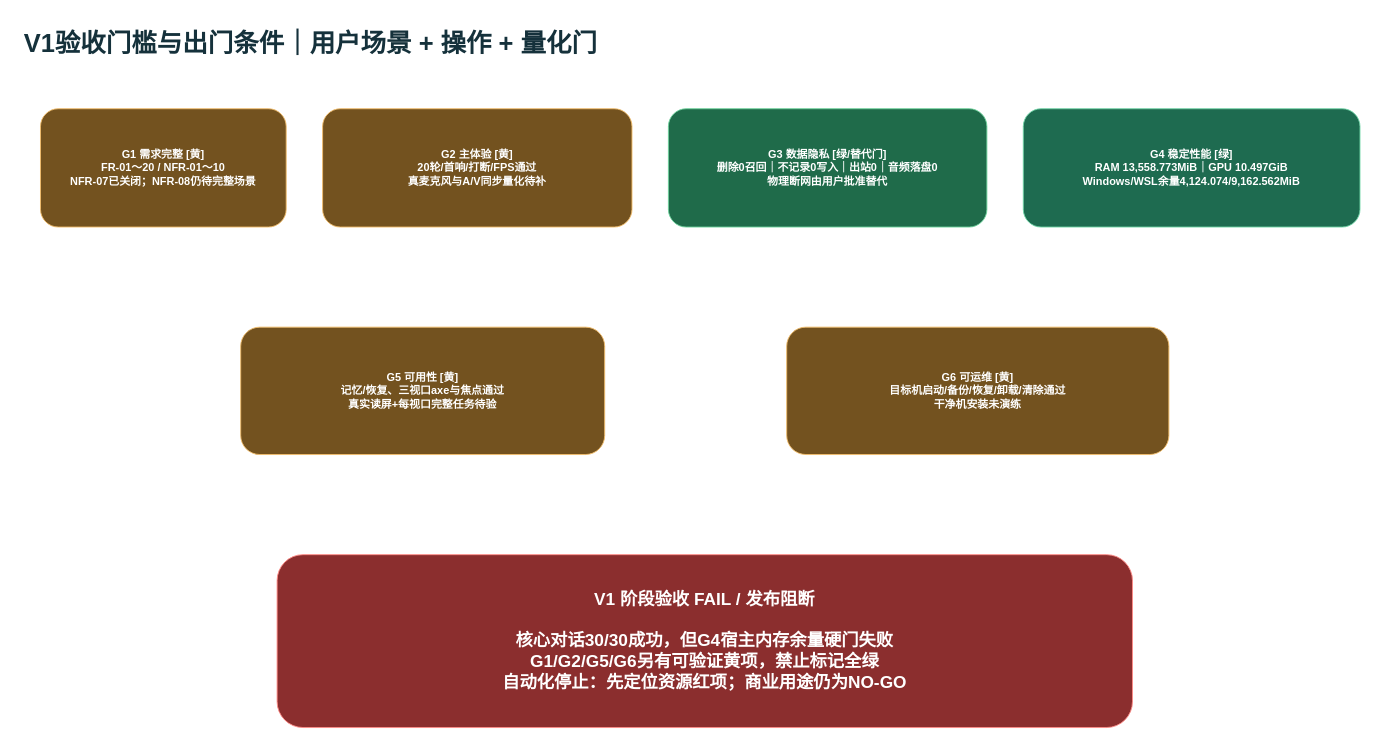
Above: page "08-V1验收门槛与出门" (8 of 8) of docs/cyberWife-b3-b5-delivery-gap.drawio in ljx418/cyberWife (draw.io), before the change. Source tidied: cells renumbered, new cells numbered last; positions are measured from the earlier drawing's top-left corner, leaving out a move shared by most shapes. Both pictures are drawn from the tidied source at 91%, with x=0, y=0 at pixel (22, 22).
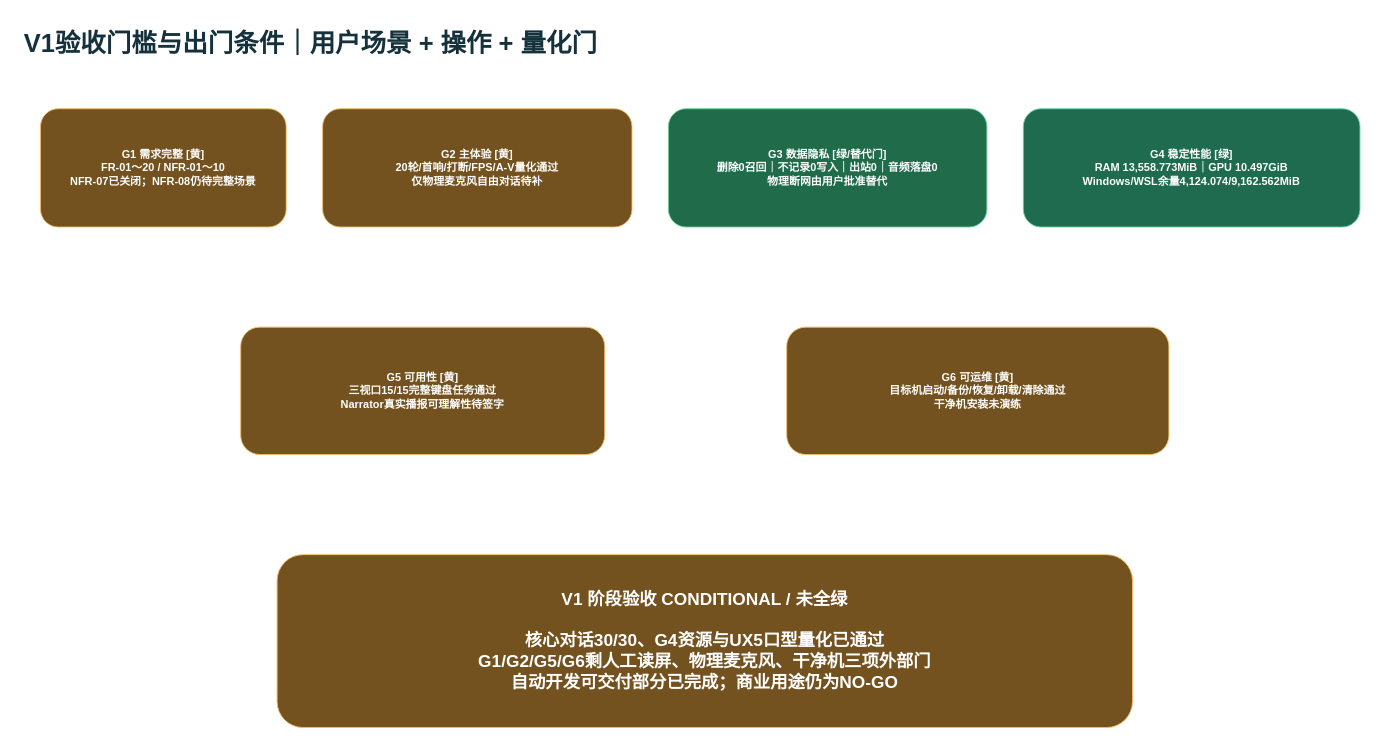
Above is the later version.

Change to the diagram source:
```diff
@@
 <mxGraphModel>
   <root>
     <mxCell id="0" />
     <mxCell id="1" parent="0" />
     <mxCell id="2" value="V1验收门槛与出门条件｜用户场景 + 操作 + 量化门" style="text;html=1;fontSize=28;fontStyle=1;fontColor=#15313B;" parent="1" vertex="1">
       <mxGeometry width="1300" height="50" as="geometry" />
     </mxCell>
     <mxCell id="3" value="G1 需求完整 [黄]&#10;FR-01～20 / NFR-01～10&#10;NFR-07已关闭；NFR-08仍待完整场景" style="rounded=1;html=1;whiteSpace=wrap;fillColor=#73521F;strokeColor=#F2BD6B;fontColor=#FFFFFF;fontStyle=1;" parent="1" vertex="1">
       <mxGeometry x="20" y="95" width="270" height="130" as="geometry" />
     </mxCell>
-    <mxCell id="4" value="G2 主体验 [黄]&#10;20轮/首响/打断/FPS通过&#10;真麦克风与A/V同步量化待补" style="rounded=1;html=1;whiteSpace=wrap;fillColor=#73521F;strokeColor=#F2BD6B;fontColor=#FFFFFF;fontStyle=1;" parent="1" vertex="1">
+    <mxCell id="4" value="G2 主体验 [黄]&#10;20轮/首响/打断/FPS/A-V量化通过&#10;仅物理麦克风自由对话待补" style="rounded=1;html=1;whiteSpace=wrap;fillColor=#73521F;strokeColor=#F2BD6B;fontColor=#FFFFFF;fontStyle=1;" parent="1" vertex="1">
       <mxGeometry x="330" y="95" width="340" height="130" as="geometry" />
     </mxCell>
     <mxCell id="5" value="G3 数据隐私 [绿/替代门]&#10;删除0召回｜不记录0写入｜出站0｜音频落盘0&#10;物理断网由用户批准替代" style="rounded=1;html=1;whiteSpace=wrap;fillColor=#1F6B4A;strokeColor=#6ED39C;fontColor=#FFFFFF;fontStyle=1;" parent="1" vertex="1">
       <mxGeometry x="710" y="95" width="350" height="130" as="geometry" />
     </mxCell>
     <mxCell id="6" value="G4 稳定性能 [绿]&#10;RAM 13,558.773MiB｜GPU 10.497GiB&#10;Windows/WSL余量4,124.074/9,162.562MiB" style="rounded=1;html=1;whiteSpace=wrap;fillColor=#1E6B50;strokeColor=#70D6A7;fontColor=#FFFFFF;fontStyle=1;" parent="1" vertex="1">
       <mxGeometry x="1100" y="95" width="370" height="130" as="geometry" />
     </mxCell>
-    <mxCell id="7" value="G5 可用性 [黄]&#10;记忆/恢复、三视口axe与焦点通过&#10;真实读屏+每视口完整任务待验" style="rounded=1;html=1;whiteSpace=wrap;fillColor=#73521F;strokeColor=#F2BD6B;fontColor=#FFFFFF;fontStyle=1;" parent="1" vertex="1">
+    <mxCell id="7" value="G5 可用性 [黄]&#10;三视口15/15完整键盘任务通过&#10;Narrator真实播报可理解性待签字" style="rounded=1;html=1;whiteSpace=wrap;fillColor=#73521F;strokeColor=#F2BD6B;fontColor=#FFFFFF;fontStyle=1;" parent="1" vertex="1">
       <mxGeometry x="240" y="335" width="400" height="140" as="geometry" />
     </mxCell>
     <mxCell id="8" value="G6 可运维 [黄]&#10;目标机启动/备份/恢复/卸载/清除通过&#10;干净机安装未演练" style="rounded=1;html=1;whiteSpace=wrap;fillColor=#73521F;strokeColor=#F2BD6B;fontColor=#FFFFFF;fontStyle=1;" parent="1" vertex="1">
       <mxGeometry x="840" y="335" width="420" height="140" as="geometry" />
     </mxCell>
-    <mxCell id="9" value="V1 阶段验收 FAIL / 发布阻断&#10;&#10;核心对话30/30成功，但G4宿主内存余量硬门失败&#10;G1/G2/G5/G6另有可验证黄项，禁止标记全绿&#10;自动化停止：先定位资源红项；商业用途仍为NO-GO" style="rounded=1;html=1;whiteSpace=wrap;fillColor=#8B2E2E;strokeColor=#FF8C87;fontColor=#FFFFFF;fontSize=19;fontStyle=1;" parent="1" vertex="1">
+    <mxCell id="9" value="V1 阶段验收 CONDITIONAL / 未全绿&#10;&#10;核心对话30/30、G4资源与UX5口型量化已通过&#10;G1/G2/G5/G6剩人工读屏、物理麦克风、干净机三项外部门&#10;自动开发可交付部分已完成；商业用途仍为NO-GO" style="rounded=1;html=1;whiteSpace=wrap;fillColor=#73521F;strokeColor=#F2BD6B;fontColor=#FFFFFF;fontSize=19;fontStyle=1;" parent="1" vertex="1">
       <mxGeometry x="280" y="585" width="940" height="190" as="geometry" />
     </mxCell>
     <mxCell id="10" style="edgeStyle=orthogonalEdgeStyle;strokeColor=#8AA0A9;endArrow=block;" parent="1" edge="1" source="3" target="9" />
     <mxCell id="11" style="edgeStyle=orthogonalEdgeStyle;strokeColor=#8AA0A9;endArrow=block;" parent="1" edge="1" source="4" target="9" />
     <mxCell id="12" style="edgeStyle=orthogonalEdgeStyle;strokeColor=#8AA0A9;endArrow=block;" parent="1" edge="1" source="5" target="9" />
     <mxCell id="13" style="edgeStyle=orthogonalEdgeStyle;strokeColor=#8AA0A9;endArrow=block;" parent="1" edge="1" source="6" target="9" />
     <mxCell id="14" style="edgeStyle=orthogonalEdgeStyle;strokeColor=#8AA0A9;endArrow=block;" parent="1" edge="1" source="7" target="9" />
     <mxCell id="15" style="edgeStyle=orthogonalEdgeStyle;strokeColor=#8AA0A9;endArrow=block;" parent="1" edge="1" source="8" target="9" />
   </root>
 </mxGraphModel>
```
